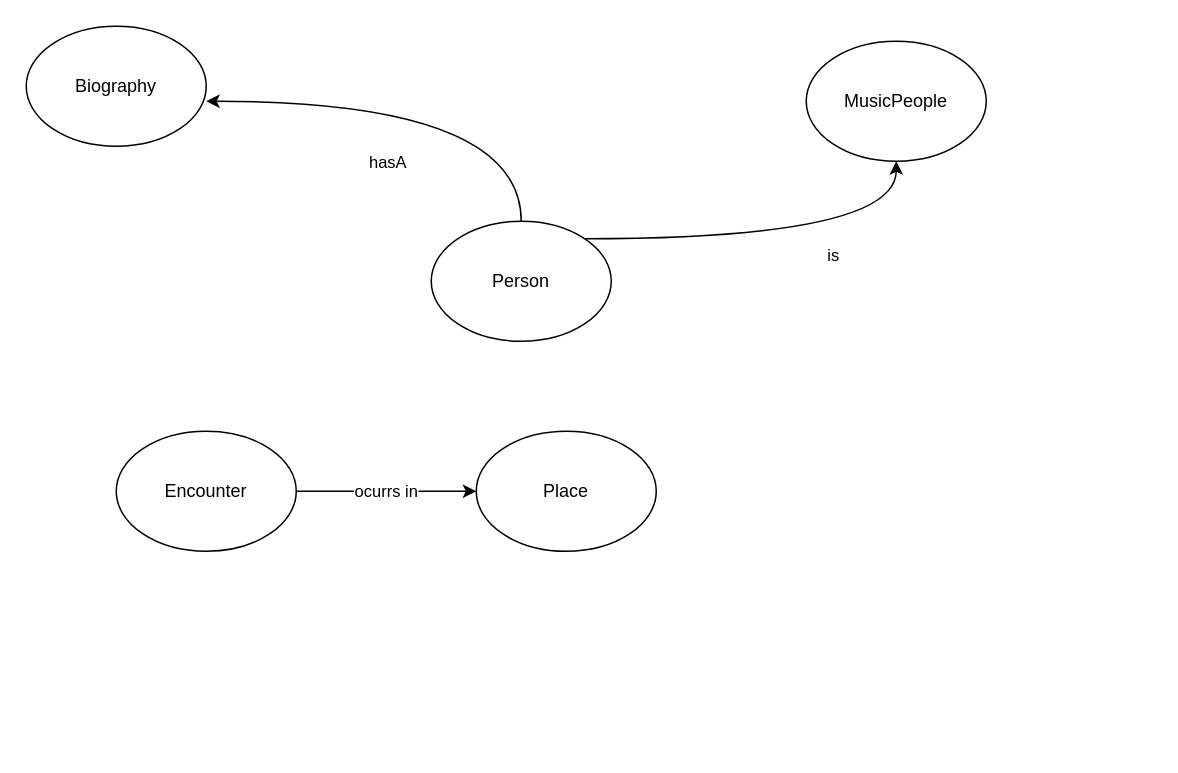
Above: MeetupsDiagram.drawio in albamoralest/meetups (draw.io), before the change. Source tidied: cells renumbered, new cells numbered last; positions are measured from the earlier drawing's top-left corner, leaving out a move shared by most shapes. Both pictures are drawn from the tidied source at 150%, with x=0, y=0 at pixel (26, 26).
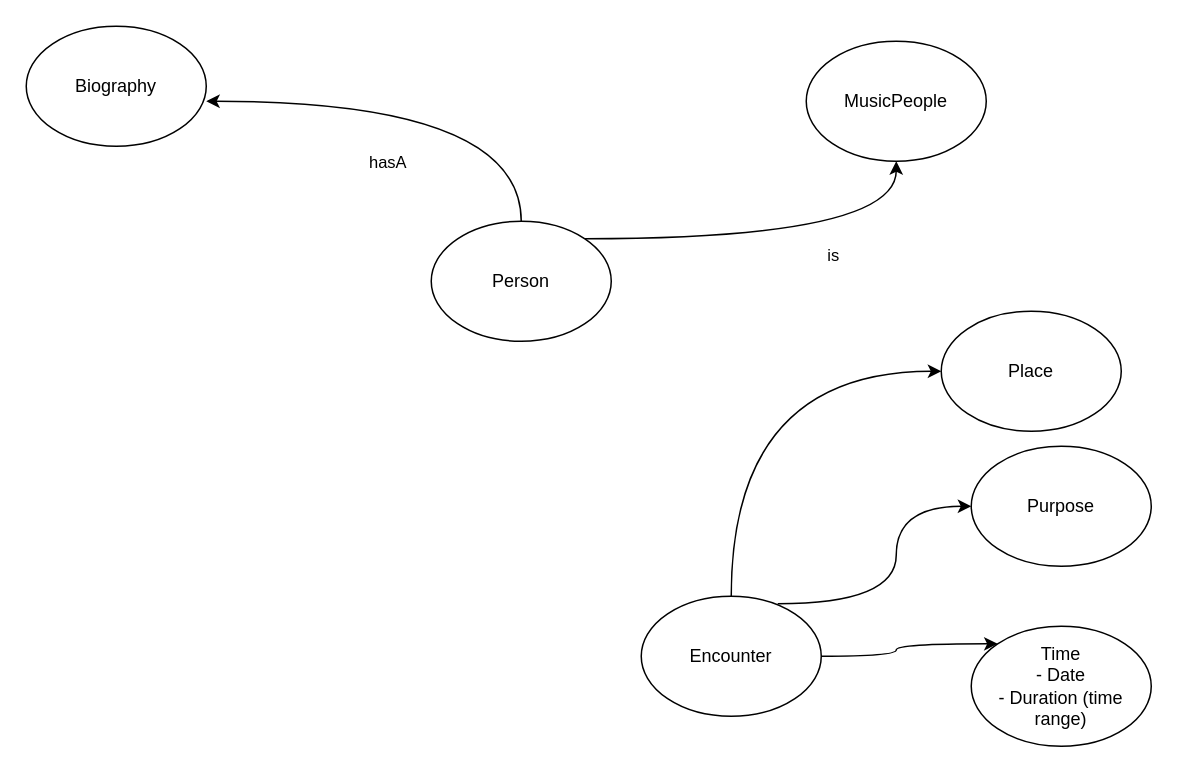
After the change.

The edit, as a diff of the source:
```diff
@@
 <mxGraphModel>
   <root>
     <mxCell id="0" />
     <mxCell id="1" parent="0" />
     <mxCell id="2" style="edgeStyle=orthogonalEdgeStyle;curved=1;rounded=0;jettySize=auto;html=1;entryX=1;entryY=0.625;entryDx=0;entryDy=0;entryPerimeter=0;exitX=0.5;exitY=0;exitDx=0;exitDy=0;" parent="1" edge="1" source="7" target="4">
       <mxGeometry relative="1" as="geometry" />
     </mxCell>
     <mxCell id="3" value="hasA" style="edgeLabel;html=1;align=center;verticalAlign=middle;" parent="2" vertex="1">
       <mxGeometry x="0.17" y="-35" relative="1" as="geometry">
         <mxPoint y="75" as="offset" />
       </mxGeometry>
     </mxCell>
     <mxCell id="4" value="Biography" style="ellipse;whiteSpace=wrap;html=1;" parent="1" vertex="1">
       <mxGeometry width="120" height="80" as="geometry" />
     </mxCell>
     <mxCell id="5" style="edgeStyle=orthogonalEdgeStyle;rounded=0;jettySize=auto;html=1;exitX=1;exitY=0;exitDx=0;exitDy=0;elbow=vertical;curved=1;" parent="1" edge="1" source="7" target="8">
       <mxGeometry relative="1" as="geometry" />
     </mxCell>
     <mxCell id="6" value="is" style="edgeLabel;html=1;align=center;verticalAlign=middle;" parent="5" vertex="1">
       <mxGeometry x="0.27" y="-11" relative="1" as="geometry" />
     </mxCell>
     <mxCell id="7" value="Person" style="ellipse;whiteSpace=wrap;html=1;" parent="1" vertex="1">
       <mxGeometry x="270" y="130" width="120" height="80" as="geometry" />
     </mxCell>
     <mxCell id="8" value="MusicPeople" style="ellipse;whiteSpace=wrap;html=1;" parent="1" vertex="1">
       <mxGeometry x="520" y="10" width="120" height="80" as="geometry" />
     </mxCell>
-    <mxCell id="9" value="ocurrs in" style="edgeStyle=orthogonalEdgeStyle;curved=1;rounded=0;jettySize=auto;html=1;elbow=vertical;" parent="1" edge="1" source="10" target="11">
-      <mxGeometry relative="1" as="geometry" />
-    </mxCell>
     <mxCell id="10" value="&lt;div&gt;Encounter&lt;/div&gt;" style="ellipse;whiteSpace=wrap;html=1;" parent="1" vertex="1">
-      <mxGeometry x="60" y="270" width="120" height="80" as="geometry" />
+      <mxGeometry x="410" y="380" width="120" height="80" as="geometry" />
     </mxCell>
     <mxCell id="11" value="Place" style="ellipse;whiteSpace=wrap;html=1;" parent="1" vertex="1">
-      <mxGeometry x="300" y="270" width="120" height="80" as="geometry" />
+      <mxGeometry x="610" y="190" width="120" height="80" as="geometry" />
     </mxCell>
+    <mxCell id="12" value="&lt;div&gt;Time&lt;/div&gt;&lt;div&gt;- Date&lt;/div&gt;&lt;div&gt;- Duration (time range)&lt;br&gt;&lt;/div&gt;" style="ellipse;whiteSpace=wrap;html=1;align=center;" parent="1" vertex="1">
+      <mxGeometry x="630" y="400" width="120" height="80" as="geometry" />
+    </mxCell>
+    <mxCell id="13" value="&lt;div&gt;Purpose&lt;/div&gt;" style="ellipse;whiteSpace=wrap;html=1;align=center;" parent="1" vertex="1">
+      <mxGeometry x="630" y="280" width="120" height="80" as="geometry" />
+    </mxCell>
+    <mxCell id="9" style="endArrow=classic;html=1;rounded=0;curved=1;elbow=vertical;edgeStyle=orthogonalEdgeStyle;exitX=0.5;exitY=0;exitDx=0;exitDy=0;entryX=0;entryY=0.5;entryDx=0;entryDy=0;" parent="1" edge="1" source="10" target="11">
+      <mxGeometry relative="1" as="geometry" />
+    </mxCell>
+    <mxCell id="14" style="endArrow=classic;html=1;rounded=0;curved=1;elbow=vertical;edgeStyle=orthogonalEdgeStyle;exitX=0.758;exitY=0.063;exitDx=0;exitDy=0;entryX=0;entryY=0.5;entryDx=0;entryDy=0;exitPerimeter=0;" parent="1" edge="1" source="10" target="13">
+      <mxGeometry relative="1" as="geometry" />
+    </mxCell>
+    <mxCell id="15" style="endArrow=classic;html=1;rounded=0;curved=1;elbow=vertical;edgeStyle=orthogonalEdgeStyle;exitX=1;exitY=0.5;exitDx=0;exitDy=0;entryX=0;entryY=0;entryDx=0;entryDy=0;" parent="1" edge="1" source="10" target="12">
+      <mxGeometry relative="1" as="geometry" />
+    </mxCell>
   </root>
 </mxGraphModel>
```
